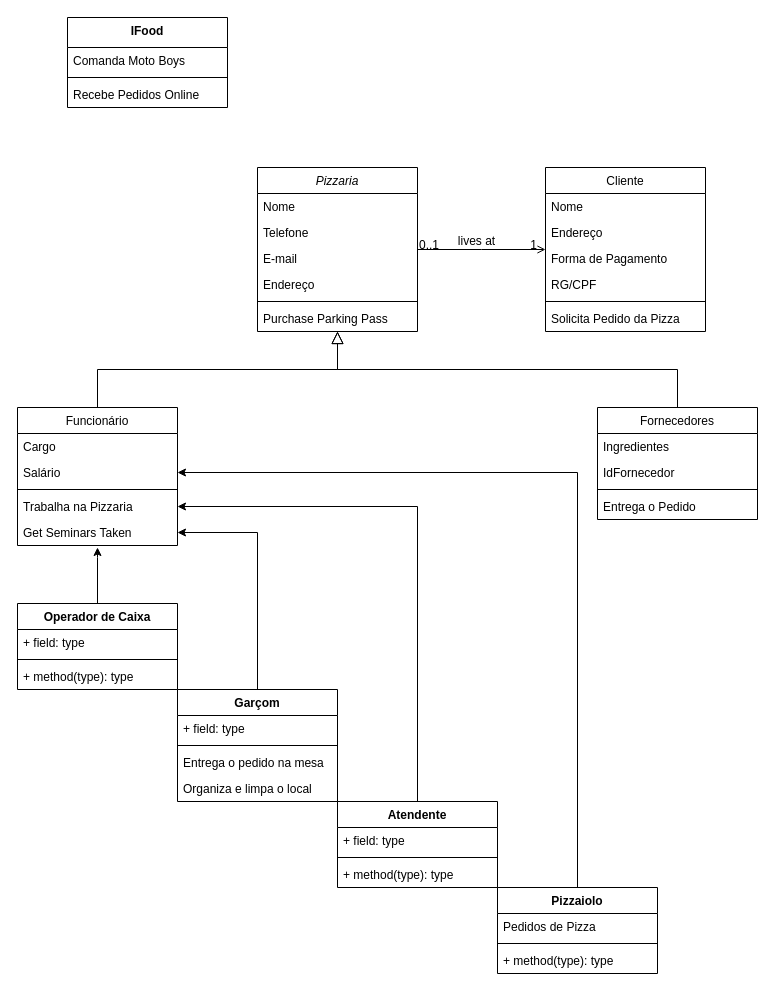
Earlier version of the draw.io diagram Diagrama de Classe - Pizzaria.drawio (Brubzie/diagramas). Source tidied: cells renumbered, new cells numbered last; positions are measured from the earlier drawing's top-left corner, leaving out a move shared by most shapes. Both pictures are drawn from the tidied source at 100%, with x=0, y=0 at pixel (17, 17).
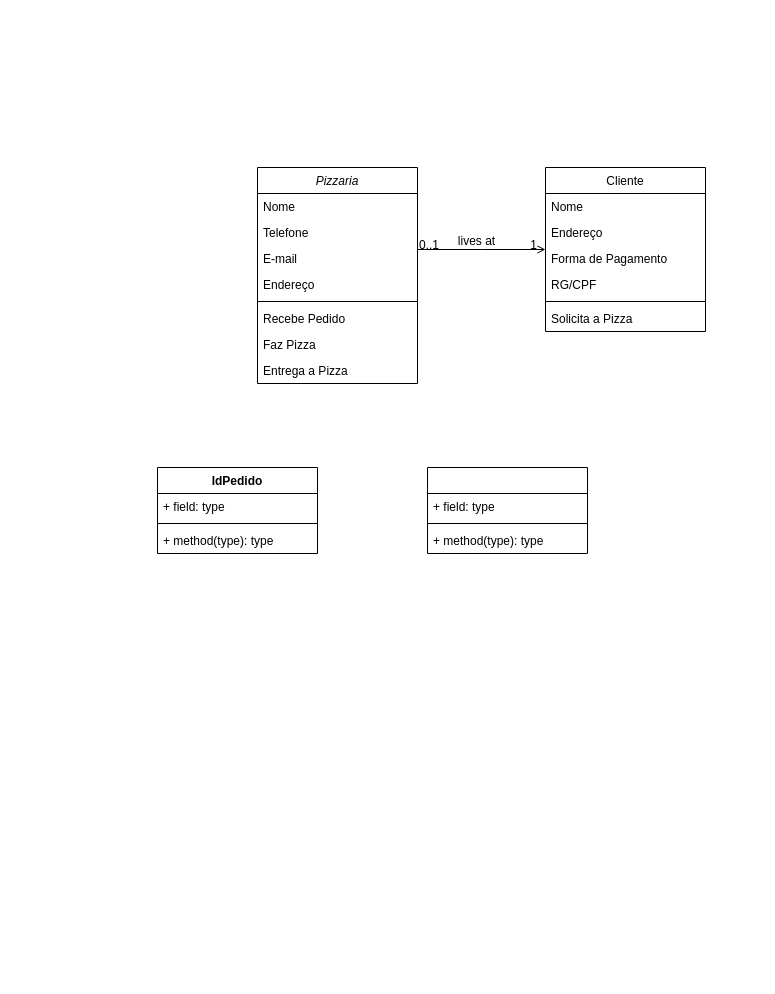
After the change.

The change refers to these unchanged cells:
```xml
<mxCell id="22" value="Cliente" style="swimlane;fontStyle=0;align=center;verticalAlign=top;horizontal=1;startSize=26;rounded=0;shadow=0;strokeWidth=1;" parent="1" vertex="1">
  <mxGeometry x="528" y="150" width="160" height="164" as="geometry" />
</mxCell>
```

Diff of the diagram source:
```diff
@@
     <mxCell id="2" value="Pizzaria" style="swimlane;fontStyle=2;align=center;verticalAlign=top;horizontal=1;startSize=26;rounded=0;shadow=0;strokeWidth=1;" parent="1" vertex="1">
-      <mxGeometry x="240" y="150" width="160" height="164" as="geometry" />
+      <mxGeometry x="240" y="150" width="160" height="216" as="geometry" />
     </mxCell>
@@
+    <mxCell id="58" value="Recebe Pedido" style="text;align=left;verticalAlign=top;spacingLeft=4;spacingRight=4;overflow=hidden;" parent="2" vertex="1">
+      <mxGeometry y="138" width="160" height="26" as="geometry" />
+    </mxCell>
-    <mxCell id="8" value="Purchase Parking Pass" style="text;align=left;verticalAlign=top;spacingLeft=4;spacingRight=4;overflow=hidden;" parent="2" vertex="1">
-      <mxGeometry y="138" width="160" height="26" as="geometry" />
+    <mxCell id="8" value="Faz Pizza" style="text;align=left;verticalAlign=top;spacingLeft=4;spacingRight=4;overflow=hidden;" parent="2" vertex="1">
+      <mxGeometry y="164" width="160" height="26" as="geometry" />
     </mxCell>
-    <mxCell id="9" value="Funcionário" style="swimlane;fontStyle=0;align=center;verticalAlign=top;horizontal=1;startSize=26;rounded=0;shadow=0;strokeWidth=1;" parent="1" vertex="1">
-      <mxGeometry y="390" width="160" height="138" as="geometry" />
-    </mxCell>
-    <mxCell id="10" value="Cargo" style="text;align=left;verticalAlign=top;spacingLeft=4;spacingRight=4;overflow=hidden;" parent="9" vertex="1">
-      <mxGeometry y="26" width="160" height="26" as="geometry" />
-    </mxCell>
-    <mxCell id="11" value="Salário" style="text;align=left;verticalAlign=top;spacingLeft=4;spacingRight=4;overflow=hidden;points=[[0,0.5],[1,0.5]];portConstraint=eastwest;rounded=0;shadow=0;html=0;" parent="9" vertex="1">
-      <mxGeometry y="52" width="160" height="26" as="geometry" />
-    </mxCell>
-    <mxCell id="12" style="line;html=1;strokeWidth=1;align=left;verticalAlign=middle;spacingTop=-1;spacingLeft=3;spacingRight=3;labelPosition=right;" parent="9" vertex="1">
-      <mxGeometry y="78" width="160" height="8" as="geometry" />
-    </mxCell>
-    <mxCell id="13" value="Trabalha na Pizzaria" style="text;align=left;verticalAlign=top;spacingLeft=4;spacingRight=4;overflow=hidden;points=[[0,0.5],[1,0.5]];portConstraint=eastwest;fontStyle=0;" parent="9" vertex="1">
-      <mxGeometry y="86" width="160" height="26" as="geometry" />
-    </mxCell>
-    <mxCell id="14" value="Get Seminars Taken" style="text;align=left;verticalAlign=top;spacingLeft=4;spacingRight=4;overflow=hidden;points=[[0,0.5],[1,0.5]];portConstraint=eastwest;" parent="9" vertex="1">
-      <mxGeometry y="112" width="160" height="26" as="geometry" />
-    </mxCell>
-    <mxCell id="15" style="endArrow=block;endSize=10;endFill=0;shadow=0;strokeWidth=1;rounded=0;edgeStyle=elbowEdgeStyle;elbow=vertical;" parent="1" edge="1" source="9" target="2">
-      <mxGeometry relative="1" as="geometry" />
-    </mxCell>
-    <mxCell id="16" value="Fornecedores" style="swimlane;fontStyle=0;align=center;verticalAlign=top;horizontal=1;startSize=26;rounded=0;shadow=0;strokeWidth=1;" parent="1" vertex="1">
-      <mxGeometry x="580" y="390" width="160" height="112" as="geometry" />
-    </mxCell>
-    <mxCell id="17" value="Ingredientes" style="text;align=left;verticalAlign=top;spacingLeft=4;spacingRight=4;overflow=hidden;" parent="16" vertex="1">
-      <mxGeometry y="26" width="160" height="26" as="geometry" />
-    </mxCell>
-    <mxCell id="18" value="IdFornecedor" style="text;align=left;verticalAlign=top;spacingLeft=4;spacingRight=4;overflow=hidden;" parent="16" vertex="1">
-      <mxGeometry y="52" width="160" height="26" as="geometry" />
-    </mxCell>
-    <mxCell id="19" style="line;html=1;strokeWidth=1;align=left;verticalAlign=middle;spacingTop=-1;spacingLeft=3;spacingRight=3;labelPosition=right;" parent="16" vertex="1">
-      <mxGeometry y="78" width="160" height="8" as="geometry" />
-    </mxCell>
-    <mxCell id="20" value="Entrega o Pedido" style="text;align=left;verticalAlign=top;spacingLeft=4;spacingRight=4;overflow=hidden;" parent="16" vertex="1">
-      <mxGeometry y="86" width="160" height="26" as="geometry" />
-    </mxCell>
-    <mxCell id="21" style="endArrow=block;endSize=10;endFill=0;shadow=0;strokeWidth=1;rounded=0;edgeStyle=elbowEdgeStyle;elbow=vertical;" parent="1" edge="1" source="16" target="2">
-      <mxGeometry relative="1" as="geometry" />
-    </mxCell>
+    <mxCell id="59" value="Entrega a Pizza" style="text;align=left;verticalAlign=top;spacingLeft=4;spacingRight=4;overflow=hidden;" parent="2" vertex="1">
+      <mxGeometry y="190" width="160" height="26" as="geometry" />
+    </mxCell>
@@
-    <mxCell id="28" value="Solicita Pedido da Pizza" style="text;align=left;verticalAlign=top;spacingLeft=4;spacingRight=4;overflow=hidden;" parent="22" vertex="1">
+    <mxCell id="28" value="Solicita a Pizza" style="text;align=left;verticalAlign=top;spacingLeft=4;spacingRight=4;overflow=hidden;" parent="22" vertex="1">
       <mxGeometry y="138" width="160" height="26" as="geometry" />
     </mxCell>
@@
-    <mxCell id="33" value="IFood" style="swimlane;fontStyle=1;align=center;verticalAlign=top;horizontal=1;startSize=30;whiteSpace=wrap;html=1;" parent="1" vertex="1">
-      <mxGeometry x="50" width="160" height="90" as="geometry" />
-    </mxCell>
-    <mxCell id="34" value="Comanda Moto Boys" style="text;strokeColor=none;fillColor=none;align=left;verticalAlign=top;spacingLeft=4;spacingRight=4;overflow=hidden;whiteSpace=wrap;html=1;" parent="33" vertex="1">
-      <mxGeometry y="30" width="160" height="26" as="geometry" />
-    </mxCell>
-    <mxCell id="35" style="line;strokeWidth=1;fillColor=none;align=left;verticalAlign=middle;spacingTop=-1;spacingLeft=3;spacingRight=3;labelPosition=right;strokeColor=inherit;" parent="33" vertex="1">
-      <mxGeometry y="56" width="160" height="8" as="geometry" />
-    </mxCell>
-    <mxCell id="36" value="Recebe Pedidos Online" style="text;strokeColor=none;fillColor=none;align=left;verticalAlign=top;spacingLeft=4;spacingRight=4;overflow=hidden;whiteSpace=wrap;html=1;" parent="33" vertex="1">
-      <mxGeometry y="64" width="160" height="26" as="geometry" />
-    </mxCell>
-    <mxCell id="37" style="edgeStyle=orthogonalEdgeStyle;rounded=0;jettySize=auto;html=1;entryX=1;entryY=0.5;entryDx=0;entryDy=0;" parent="1" edge="1" source="38" target="11">
-      <mxGeometry relative="1" as="geometry" />
-    </mxCell>
-    <mxCell id="38" value="Pizzaiolo" style="swimlane;fontStyle=1;align=center;verticalAlign=top;horizontal=1;startSize=26;whiteSpace=wrap;html=1;" parent="1" vertex="1">
-      <mxGeometry x="480" y="870" width="160" height="86" as="geometry" />
-    </mxCell>
-    <mxCell id="39" value="Pedidos de Pizza" style="text;strokeColor=none;fillColor=none;align=left;verticalAlign=top;spacingLeft=4;spacingRight=4;overflow=hidden;whiteSpace=wrap;html=1;" parent="38" vertex="1">
-      <mxGeometry y="26" width="160" height="26" as="geometry" />
-    </mxCell>
-    <mxCell id="40" style="line;strokeWidth=1;fillColor=none;align=left;verticalAlign=middle;spacingTop=-1;spacingLeft=3;spacingRight=3;labelPosition=right;strokeColor=inherit;" parent="38" vertex="1">
-      <mxGeometry y="52" width="160" height="8" as="geometry" />
-    </mxCell>
-    <mxCell id="41" value="+ method(type): type" style="text;strokeColor=none;fillColor=none;align=left;verticalAlign=top;spacingLeft=4;spacingRight=4;overflow=hidden;whiteSpace=wrap;html=1;" parent="38" vertex="1">
-      <mxGeometry y="60" width="160" height="26" as="geometry" />
-    </mxCell>
-    <mxCell id="42" style="edgeStyle=orthogonalEdgeStyle;rounded=0;jettySize=auto;html=1;entryX=1;entryY=0.5;entryDx=0;entryDy=0;" parent="1" edge="1" source="43" target="13">
-      <mxGeometry relative="1" as="geometry" />
-    </mxCell>
-    <mxCell id="43" value="Atendente" style="swimlane;fontStyle=1;align=center;verticalAlign=top;horizontal=1;startSize=26;whiteSpace=wrap;html=1;" parent="1" vertex="1">
-      <mxGeometry x="320" y="784" width="160" height="86" as="geometry" />
-    </mxCell>
-    <mxCell id="44" value="+ field: type" style="text;strokeColor=none;fillColor=none;align=left;verticalAlign=top;spacingLeft=4;spacingRight=4;overflow=hidden;whiteSpace=wrap;html=1;" parent="43" vertex="1">
-      <mxGeometry y="26" width="160" height="26" as="geometry" />
-    </mxCell>
-    <mxCell id="45" style="line;strokeWidth=1;fillColor=none;align=left;verticalAlign=middle;spacingTop=-1;spacingLeft=3;spacingRight=3;labelPosition=right;strokeColor=inherit;" parent="43" vertex="1">
-      <mxGeometry y="52" width="160" height="8" as="geometry" />
-    </mxCell>
-    <mxCell id="46" value="+ method(type): type" style="text;strokeColor=none;fillColor=none;align=left;verticalAlign=top;spacingLeft=4;spacingRight=4;overflow=hidden;whiteSpace=wrap;html=1;" parent="43" vertex="1">
-      <mxGeometry y="60" width="160" height="26" as="geometry" />
-    </mxCell>
-    <mxCell id="47" value="Operador de Caixa" style="swimlane;fontStyle=1;align=center;verticalAlign=top;horizontal=1;startSize=26;whiteSpace=wrap;html=1;" parent="1" vertex="1">
-      <mxGeometry y="586" width="160" height="86" as="geometry" />
-    </mxCell>
-    <mxCell id="48" value="+ field: type" style="text;strokeColor=none;fillColor=none;align=left;verticalAlign=top;spacingLeft=4;spacingRight=4;overflow=hidden;whiteSpace=wrap;html=1;" parent="47" vertex="1">
-      <mxGeometry y="26" width="160" height="26" as="geometry" />
-    </mxCell>
-    <mxCell id="49" style="line;strokeWidth=1;fillColor=none;align=left;verticalAlign=middle;spacingTop=-1;spacingLeft=3;spacingRight=3;labelPosition=right;strokeColor=inherit;" parent="47" vertex="1">
-      <mxGeometry y="52" width="160" height="8" as="geometry" />
-    </mxCell>
-    <mxCell id="50" value="+ method(type): type" style="text;strokeColor=none;fillColor=none;align=left;verticalAlign=top;spacingLeft=4;spacingRight=4;overflow=hidden;whiteSpace=wrap;html=1;" parent="47" vertex="1">
-      <mxGeometry y="60" width="160" height="26" as="geometry" />
-    </mxCell>
-    <mxCell id="51" style="edgeStyle=orthogonalEdgeStyle;rounded=0;jettySize=auto;html=1;entryX=1;entryY=0.5;entryDx=0;entryDy=0;" parent="1" edge="1" source="52" target="14">
-      <mxGeometry relative="1" as="geometry" />
-    </mxCell>
-    <mxCell id="52" value="Garçom" style="swimlane;fontStyle=1;align=center;verticalAlign=top;horizontal=1;startSize=26;whiteSpace=wrap;html=1;" parent="1" vertex="1">
-      <mxGeometry x="160" y="672" width="160" height="112" as="geometry" />
-    </mxCell>
-    <mxCell id="53" value="+ field: type" style="text;strokeColor=none;fillColor=none;align=left;verticalAlign=top;spacingLeft=4;spacingRight=4;overflow=hidden;whiteSpace=wrap;html=1;" parent="52" vertex="1">
-      <mxGeometry y="26" width="160" height="26" as="geometry" />
-    </mxCell>
-    <mxCell id="54" style="line;strokeWidth=1;fillColor=none;align=left;verticalAlign=middle;spacingTop=-1;spacingLeft=3;spacingRight=3;labelPosition=right;strokeColor=inherit;" parent="52" vertex="1">
-      <mxGeometry y="52" width="160" height="8" as="geometry" />
-    </mxCell>
-    <mxCell id="55" value="Entrega o pedido na mesa" style="text;strokeColor=none;fillColor=none;align=left;verticalAlign=top;spacingLeft=4;spacingRight=4;overflow=hidden;whiteSpace=wrap;html=1;" parent="52" vertex="1">
-      <mxGeometry y="60" width="160" height="26" as="geometry" />
-    </mxCell>
-    <mxCell id="56" value="Organiza e limpa o local" style="text;align=left;verticalAlign=top;spacingLeft=4;spacingRight=4;overflow=hidden;" parent="52" vertex="1">
-      <mxGeometry y="86" width="160" height="26" as="geometry" />
-    </mxCell>
-    <mxCell id="57" style="edgeStyle=orthogonalEdgeStyle;rounded=0;jettySize=auto;html=1;entryX=0.5;entryY=1.077;entryDx=0;entryDy=0;entryPerimeter=0;" parent="1" edge="1" source="47" target="14">
-      <mxGeometry relative="1" as="geometry">
-        <Array as="points">
-          <mxPoint x="80" y="540" />
-          <mxPoint x="80" y="540" />
-        </Array>
-      </mxGeometry>
-    </mxCell>
+    <mxCell id="60" style="swimlane;fontStyle=1;align=center;verticalAlign=top;horizontal=1;startSize=26;whiteSpace=wrap;html=1;" parent="1" vertex="1">
+      <mxGeometry x="410" y="450" width="160" height="86" as="geometry" />
+    </mxCell>
+    <mxCell id="61" value="+ field: type" style="text;strokeColor=none;fillColor=none;align=left;verticalAlign=top;spacingLeft=4;spacingRight=4;overflow=hidden;whiteSpace=wrap;html=1;" parent="60" vertex="1">
+      <mxGeometry y="26" width="160" height="26" as="geometry" />
+    </mxCell>
+    <mxCell id="62" style="line;strokeWidth=1;fillColor=none;align=left;verticalAlign=middle;spacingTop=-1;spacingLeft=3;spacingRight=3;labelPosition=right;strokeColor=inherit;" parent="60" vertex="1">
+      <mxGeometry y="52" width="160" height="8" as="geometry" />
+    </mxCell>
+    <mxCell id="63" value="+ method(type): type" style="text;strokeColor=none;fillColor=none;align=left;verticalAlign=top;spacingLeft=4;spacingRight=4;overflow=hidden;whiteSpace=wrap;html=1;" parent="60" vertex="1">
+      <mxGeometry y="60" width="160" height="26" as="geometry" />
+    </mxCell>
+    <mxCell id="64" value="IdPedido" style="swimlane;fontStyle=1;align=center;verticalAlign=top;horizontal=1;startSize=26;whiteSpace=wrap;html=1;" parent="1" vertex="1">
+      <mxGeometry x="140" y="450" width="160" height="86" as="geometry" />
+    </mxCell>
+    <mxCell id="65" value="+ field: type" style="text;strokeColor=none;fillColor=none;align=left;verticalAlign=top;spacingLeft=4;spacingRight=4;overflow=hidden;whiteSpace=wrap;html=1;" parent="64" vertex="1">
+      <mxGeometry y="26" width="160" height="26" as="geometry" />
+    </mxCell>
+    <mxCell id="66" style="line;strokeWidth=1;fillColor=none;align=left;verticalAlign=middle;spacingTop=-1;spacingLeft=3;spacingRight=3;labelPosition=right;strokeColor=inherit;" parent="64" vertex="1">
+      <mxGeometry y="52" width="160" height="8" as="geometry" />
+    </mxCell>
+    <mxCell id="67" value="+ method(type): type" style="text;strokeColor=none;fillColor=none;align=left;verticalAlign=top;spacingLeft=4;spacingRight=4;overflow=hidden;whiteSpace=wrap;html=1;" parent="64" vertex="1">
+      <mxGeometry y="60" width="160" height="26" as="geometry" />
+    </mxCell>
```
